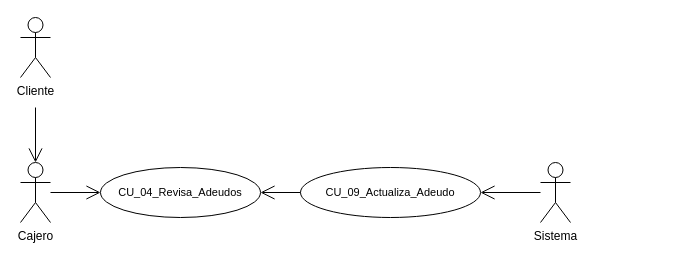
The draw.io diagram page "Página-5" (5 of 8) of Casos de uso Blockbuster.drawio in andreamorenom/Laboratorio-Empresarial, before the edit. Source tidied: cells renumbered, new cells numbered last; positions are measured from the earlier drawing's top-left corner, leaving out a move shared by most shapes. Both pictures are drawn from the tidied source at 100%, with x=0, y=0 at pixel (20, 17).
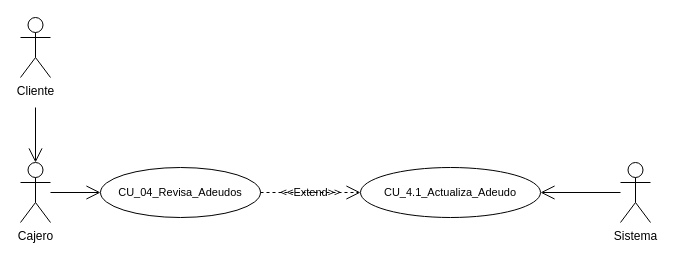
After the change.

Diff of the diagram source:
```diff
@@
 <mxGraphModel>
   <root>
     <mxCell id="0" />
     <mxCell id="1" parent="0" />
     <mxCell id="2" value="Cliente" style="shape=umlActor;verticalLabelPosition=bottom;verticalAlign=top;html=1;" parent="1" vertex="1">
       <mxGeometry width="30" height="60" as="geometry" />
     </mxCell>
     <mxCell id="3" value="Cajero" style="shape=umlActor;verticalLabelPosition=bottom;verticalAlign=top;html=1;outlineConnect=0;" parent="1" vertex="1">
       <mxGeometry y="145" width="30" height="60" as="geometry" />
     </mxCell>
     <mxCell id="4" value="&lt;font style=&quot;font-size: 11px;&quot;&gt;CU_04_Revisa_Adeudos&lt;/font&gt;" style="ellipse;whiteSpace=wrap;html=1;" parent="1" vertex="1">
       <mxGeometry x="80" y="150" width="160" height="50" as="geometry" />
     </mxCell>
-    <mxCell id="5" value="&lt;font style=&quot;font-size: 11px;&quot;&gt;CU_09_Actualiza_Adeudo&lt;/font&gt;" style="ellipse;whiteSpace=wrap;html=1;" parent="1" vertex="1">
-      <mxGeometry x="280" y="150" width="180" height="50" as="geometry" />
+    <mxCell id="5" value="&lt;span style=&quot;font-size: 11px;&quot;&gt;CU_4.1_Actualiza_Adeudo&lt;/span&gt;" style="ellipse;whiteSpace=wrap;html=1;" parent="1" vertex="1">
+      <mxGeometry x="340" y="150" width="180" height="50" as="geometry" />
     </mxCell>
     <mxCell id="6" style="endArrow=open;endFill=1;endSize=12;html=1;rounded=0;entryX=0;entryY=0.5;entryDx=0;entryDy=0;" parent="1" edge="1" source="3" target="4">
       <mxGeometry relative="1" as="geometry" />
     </mxCell>
     <mxCell id="7" style="endArrow=open;endFill=1;endSize=12;html=1;rounded=0;entryX=0.5;entryY=0;entryDx=0;entryDy=0;entryPerimeter=0;" parent="1" edge="1" target="3">
       <mxGeometry relative="1" as="geometry">
         <mxPoint x="15" y="90" as="sourcePoint" />
       </mxGeometry>
     </mxCell>
     <mxCell id="8" value="Sistema" style="shape=umlActor;verticalLabelPosition=bottom;verticalAlign=top;html=1;outlineConnect=0;" parent="1" vertex="1">
-      <mxGeometry x="520" y="145" width="30" height="60" as="geometry" />
+      <mxGeometry x="600" y="145" width="30" height="60" as="geometry" />
     </mxCell>
     <mxCell id="9" style="endArrow=open;endFill=1;endSize=12;html=1;rounded=0;entryX=1;entryY=0.5;entryDx=0;entryDy=0;" parent="1" edge="1" source="8" target="5">
       <mxGeometry relative="1" as="geometry" />
     </mxCell>
-    <mxCell id="10" style="endArrow=open;endFill=1;endSize=12;html=1;rounded=0;entryX=1;entryY=0.5;entryDx=0;entryDy=0;exitX=0;exitY=0.5;exitDx=0;exitDy=0;" parent="1" edge="1" source="5" target="4">
-      <mxGeometry relative="1" as="geometry" />
-    </mxCell>
+    <mxCell id="11" value="&lt;span&gt;&amp;lt;&amp;lt;Extend&amp;gt;&amp;gt;&lt;/span&gt;" style="endArrow=open;endSize=12;dashed=1;html=1;rounded=0;exitX=1;exitY=0.5;exitDx=0;exitDy=0;labelBackgroundColor=none;entryX=0;entryY=0.5;entryDx=0;entryDy=0;" parent="1" edge="1" source="4" target="5">
+      <mxGeometry x="-0.01" relative="1" as="geometry" />
+    </mxCell>
   </root>
 </mxGraphModel>
```
